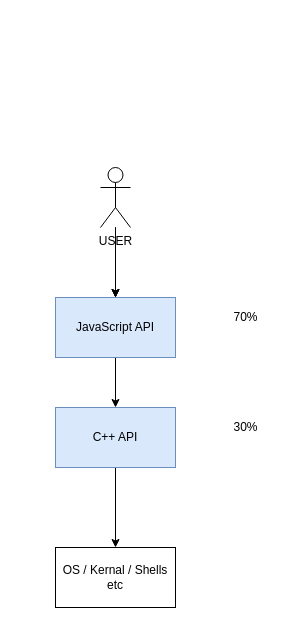
Above: page "Page-3" (3 of 17) of refs/diagrams.drawio in synergy2411/mar-22-brillo (draw.io), before the change. Source tidied: cells renumbered, new cells numbered last; positions are measured from the earlier drawing's top-left corner, leaving out a move shared by most shapes. Both pictures are drawn from the tidied source at 100%, with x=0, y=0 at pixel (55, 167).
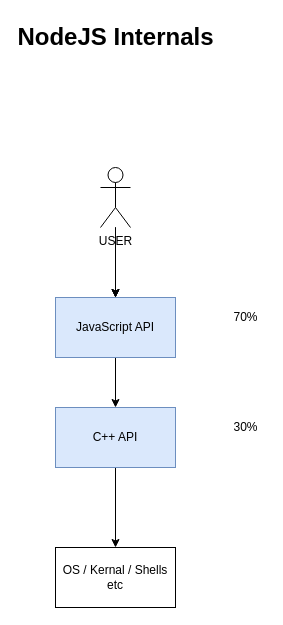
After the change.

The edit, as a diff of the source:
```diff
@@
 <mxGraphModel>
   <root>
     <mxCell id="0" />
     <mxCell id="1" parent="0" />
     <mxCell id="2" style="edgeStyle=orthogonalEdgeStyle;rounded=0;jettySize=auto;html=1;exitX=0.5;exitY=1;exitDx=0;exitDy=0;entryX=0.5;entryY=0;entryDx=0;entryDy=0;" parent="1" edge="1" source="3" target="5">
       <mxGeometry relative="1" as="geometry" />
     </mxCell>
     <mxCell id="3" value="JavaScript API" style="rounded=0;whiteSpace=wrap;html=1;fillColor=#dae8fc;strokeColor=#6c8ebf;" parent="1" vertex="1">
       <mxGeometry y="130" width="120" height="60" as="geometry" />
     </mxCell>
     <mxCell id="4" style="edgeStyle=orthogonalEdgeStyle;rounded=0;jettySize=auto;html=1;" parent="1" edge="1" source="5" target="10">
       <mxGeometry relative="1" as="geometry" />
     </mxCell>
     <mxCell id="5" value="C++ API" style="rounded=0;whiteSpace=wrap;html=1;fillColor=#dae8fc;strokeColor=#6c8ebf;" parent="1" vertex="1">
       <mxGeometry y="240" width="120" height="60" as="geometry" />
     </mxCell>
     <mxCell id="6" style="edgeStyle=orthogonalEdgeStyle;rounded=0;jettySize=auto;html=1;" parent="1" edge="1" source="9" target="3">
       <mxGeometry relative="1" as="geometry" />
     </mxCell>
     <mxCell id="7" style="edgeStyle=orthogonalEdgeStyle;rounded=0;jettySize=auto;html=1;" parent="1" edge="1" source="9" target="3">
       <mxGeometry relative="1" as="geometry" />
     </mxCell>
     <mxCell id="8" style="edgeStyle=orthogonalEdgeStyle;rounded=0;jettySize=auto;html=1;" parent="1" edge="1" source="9" target="3">
       <mxGeometry relative="1" as="geometry" />
     </mxCell>
     <mxCell id="9" value="USER" style="shape=umlActor;verticalLabelPosition=bottom;verticalAlign=top;html=1;outlineConnect=0;" parent="1" vertex="1">
       <mxGeometry x="45" width="30" height="60" as="geometry" />
     </mxCell>
     <mxCell id="10" value="OS / Kernal / Shells etc" style="rounded=0;whiteSpace=wrap;html=1;" parent="1" vertex="1">
       <mxGeometry y="380" width="120" height="60" as="geometry" />
     </mxCell>
     <mxCell id="11" value="70%" style="text;html=1;align=center;verticalAlign=middle;strokeColor=none;fillColor=none;" parent="1" vertex="1">
       <mxGeometry x="170" y="140" width="40" height="20" as="geometry" />
     </mxCell>
     <mxCell id="12" value="30%" style="text;html=1;align=center;verticalAlign=middle;strokeColor=none;fillColor=none;" parent="1" vertex="1">
       <mxGeometry x="170" y="250" width="40" height="20" as="geometry" />
     </mxCell>
+    <mxCell id="13" value="NodeJS Internals" style="text;strokeColor=none;fillColor=none;html=1;fontSize=24;fontStyle=1;verticalAlign=middle;align=center;" parent="1" vertex="1">
+      <mxGeometry x="10" y="-150" width="100" height="40" as="geometry" />
+    </mxCell>
   </root>
 </mxGraphModel>
```
